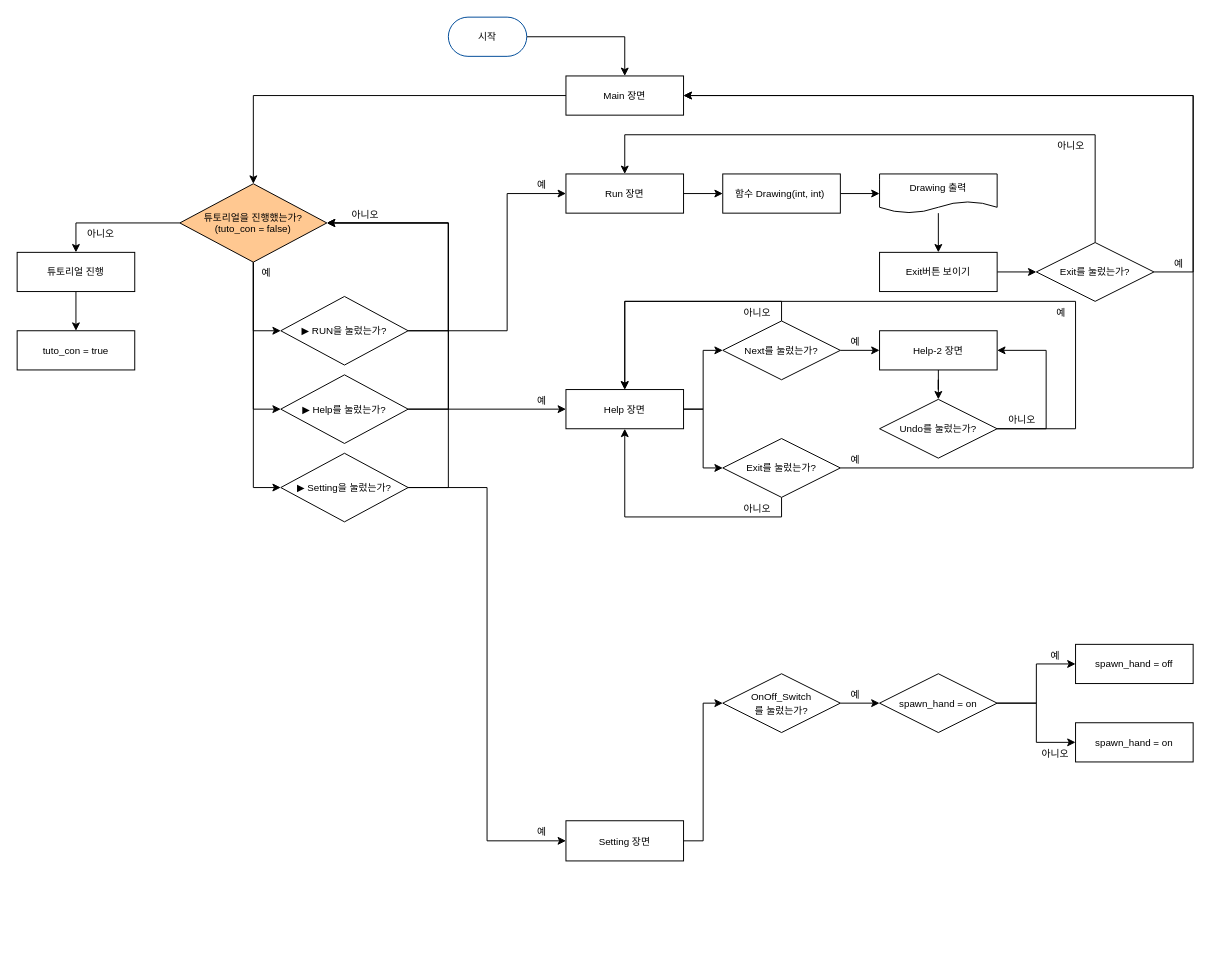
This is AngleFunction_Circle.drawio from Applepie072/Draw.io, a draw.io file, before an edit. Source tidied: cells renumbered, new cells numbered last; positions are measured from the earlier drawing's top-left corner, leaving out a move shared by most shapes. Both pictures are drawn from the tidied source at 98%, with x=0, y=0 at pixel (17, 17).
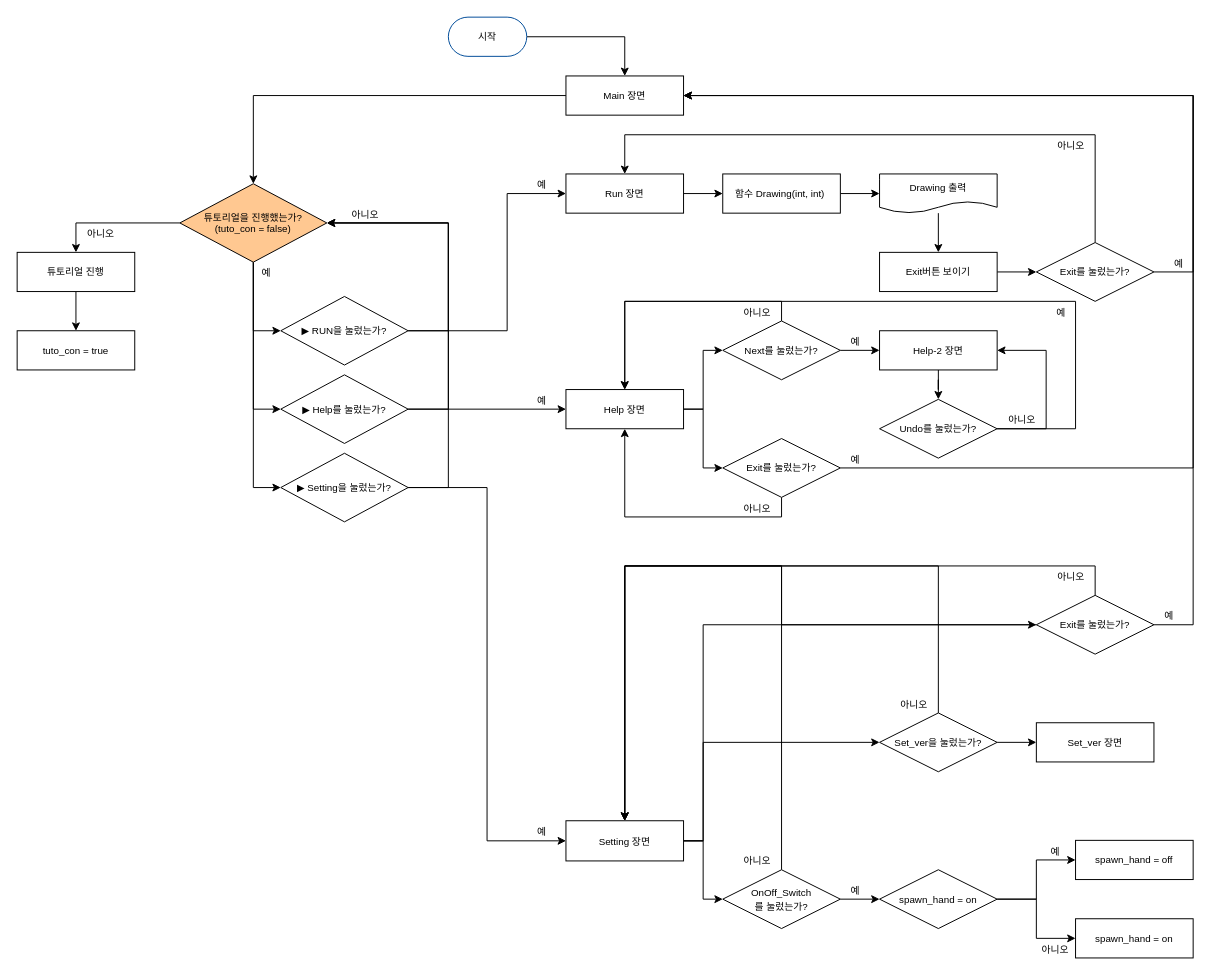
After the change.

The change refers to these unchanged cells:
```xml
<mxCell id="30" value="Setting 장면" style="whiteSpace=wrap;html=1;fontSize=10;" parent="1" vertex="1">
  <mxGeometry x="560" y="820" width="120" height="41" as="geometry" />
</mxCell>
<mxCell id="45" value="Main 장면" style="rounded=0;whiteSpace=wrap;html=1;fontSize=10;" parent="1" vertex="1">
  <mxGeometry x="560" y="60" width="120" height="40" as="geometry" />
</mxCell>
```

The edit, as a diff of the source:
```diff
@@
+    <mxCell id="74" style="edgeStyle=orthogonalEdgeStyle;rounded=0;jettySize=auto;html=1;entryX=0;entryY=0.5;entryDx=0;entryDy=0;fontSize=10;" parent="1" edge="1" source="30" target="80">
+      <mxGeometry relative="1" as="geometry">
+        <Array as="points">
+          <mxPoint x="700" y="841" />
+          <mxPoint x="700" y="620" />
+        </Array>
+      </mxGeometry>
+    </mxCell>
@@
+    <mxCell id="75" style="edgeStyle=orthogonalEdgeStyle;rounded=0;jettySize=auto;html=1;entryX=0;entryY=0.5;entryDx=0;entryDy=0;fontSize=10;" parent="1" edge="1" source="30" target="85">
+      <mxGeometry relative="1" as="geometry">
+        <Array as="points">
+          <mxPoint x="700" y="841" />
+          <mxPoint x="700" y="740" />
+        </Array>
+      </mxGeometry>
+    </mxCell>
@@
+    <mxCell id="76" style="edgeStyle=orthogonalEdgeStyle;rounded=0;jettySize=auto;html=1;entryX=0.5;entryY=0;entryDx=0;entryDy=0;fontSize=10;" parent="1" edge="1" source="65" target="30">
+      <mxGeometry relative="1" as="geometry">
+        <Array as="points">
+          <mxPoint x="780" y="560" />
+          <mxPoint x="620" y="560" />
+        </Array>
+      </mxGeometry>
+    </mxCell>
     <mxCell id="65" value="&lt;font style=&quot;font-size: 10px;&quot;&gt;OnOff_Switch&lt;br&gt;를 눌렀는가?&lt;/font&gt;" style="rhombus;whiteSpace=wrap;html=1;" parent="1" vertex="1">
-      <mxGeometry x="720" y="670" width="120" height="60" as="geometry" />
+      <mxGeometry x="720" y="870" width="120" height="60" as="geometry" />
     </mxCell>
@@
     <mxCell id="68" value="&lt;span style=&quot;font-size: 10px;&quot;&gt;spawn_hand = on&lt;/span&gt;" style="rhombus;whiteSpace=wrap;html=1;" parent="1" vertex="1">
-      <mxGeometry x="880" y="670" width="120" height="60" as="geometry" />
+      <mxGeometry x="880" y="870" width="120" height="60" as="geometry" />
     </mxCell>
     <mxCell id="69" value="&lt;font style=&quot;font-size: 10px;&quot;&gt;spawn_hand = off&lt;/font&gt;" style="whiteSpace=wrap;html=1;" parent="1" vertex="1">
-      <mxGeometry x="1080" y="640" width="120" height="40" as="geometry" />
+      <mxGeometry x="1080" y="840" width="120" height="40" as="geometry" />
     </mxCell>
     <mxCell id="70" value="&lt;font style=&quot;font-size: 10px;&quot;&gt;spawn_hand = on&lt;/font&gt;" style="whiteSpace=wrap;html=1;" parent="1" vertex="1">
-      <mxGeometry x="1080" y="720" width="120" height="40" as="geometry" />
+      <mxGeometry x="1080" y="920" width="120" height="40" as="geometry" />
     </mxCell>
     <mxCell id="71" value="예" style="text;html=1;align=center;verticalAlign=middle;strokeColor=none;fillColor=none;fontSize=10;fontFamily=Tahoma;" parent="1" vertex="1">
-      <mxGeometry x="1044" y="640" width="30" height="20" as="geometry" />
+      <mxGeometry x="1044" y="840" width="30" height="20" as="geometry" />
     </mxCell>
     <mxCell id="72" value="아니오" style="text;html=1;align=center;verticalAlign=middle;strokeColor=none;fillColor=none;fontSize=10;fontFamily=Tahoma;" parent="1" vertex="1">
-      <mxGeometry x="1034" y="740" width="50" height="20" as="geometry" />
+      <mxGeometry x="1034" y="940" width="50" height="20" as="geometry" />
     </mxCell>
     <mxCell id="73" value="예" style="text;html=1;align=center;verticalAlign=middle;strokeColor=none;fillColor=none;fontSize=10;fontFamily=Tahoma;" parent="1" vertex="1">
-      <mxGeometry x="840" y="680" width="30" height="20" as="geometry" />
+      <mxGeometry x="840" y="880" width="30" height="20" as="geometry" />
     </mxCell>
+    <mxCell id="77" style="edgeStyle=orthogonalEdgeStyle;rounded=0;jettySize=auto;html=1;entryX=0.5;entryY=0;entryDx=0;entryDy=0;fontSize=10;" parent="1" edge="1" source="80" target="30">
+      <mxGeometry relative="1" as="geometry">
+        <Array as="points">
+          <mxPoint x="780" y="560" />
+          <mxPoint x="620" y="560" />
+        </Array>
+      </mxGeometry>
+    </mxCell>
+    <mxCell id="78" style="edgeStyle=orthogonalEdgeStyle;rounded=0;jettySize=auto;html=1;entryX=1;entryY=0.5;entryDx=0;entryDy=0;fontSize=10;" parent="1" edge="1" source="80" target="45">
+      <mxGeometry relative="1" as="geometry">
+        <Array as="points">
+          <mxPoint x="1200" y="620" />
+          <mxPoint x="1200" y="80" />
+        </Array>
+      </mxGeometry>
+    </mxCell>
+    <mxCell id="79" style="edgeStyle=orthogonalEdgeStyle;rounded=0;jettySize=auto;html=1;entryX=0.5;entryY=0;entryDx=0;entryDy=0;fontSize=10;" parent="1" edge="1" source="80" target="30">
+      <mxGeometry relative="1" as="geometry">
+        <Array as="points">
+          <mxPoint x="1100" y="560" />
+          <mxPoint x="620" y="560" />
+        </Array>
+      </mxGeometry>
+    </mxCell>
+    <mxCell id="80" value="&lt;font style=&quot;font-size: 10px;&quot;&gt;Exit를 눌렀는가?&lt;/font&gt;" style="rhombus;whiteSpace=wrap;html=1;" parent="1" vertex="1">
+      <mxGeometry x="1040" y="590" width="120" height="60" as="geometry" />
+    </mxCell>
+    <mxCell id="81" value="예" style="text;html=1;align=center;verticalAlign=middle;strokeColor=none;fillColor=none;fontSize=10;fontFamily=Tahoma;" parent="1" vertex="1">
+      <mxGeometry x="1160" y="600" width="30" height="20" as="geometry" />
+    </mxCell>
+    <mxCell id="82" value="아니오" style="text;html=1;align=center;verticalAlign=middle;strokeColor=none;fillColor=none;fontSize=10;fontFamily=Tahoma;" parent="1" vertex="1">
+      <mxGeometry x="730" y="850" width="50" height="20" as="geometry" />
+    </mxCell>
+    <mxCell id="83" style="edgeStyle=orthogonalEdgeStyle;rounded=0;jettySize=auto;html=1;entryX=0.5;entryY=0;entryDx=0;entryDy=0;fontSize=10;" parent="1" edge="1" source="85" target="30">
+      <mxGeometry relative="1" as="geometry">
+        <Array as="points">
+          <mxPoint x="940" y="560" />
+          <mxPoint x="620" y="560" />
+        </Array>
+      </mxGeometry>
+    </mxCell>
+    <mxCell id="84" style="edgeStyle=orthogonalEdgeStyle;rounded=0;jettySize=auto;html=1;entryX=0;entryY=0.5;entryDx=0;entryDy=0;fontSize=10;" parent="1" edge="1" source="85" target="87">
+      <mxGeometry relative="1" as="geometry" />
+    </mxCell>
+    <mxCell id="85" value="&lt;font style=&quot;font-size: 10px;&quot;&gt;Set_ver을 눌렀는가?&lt;/font&gt;" style="rhombus;whiteSpace=wrap;html=1;" parent="1" vertex="1">
+      <mxGeometry x="880" y="710" width="120" height="60" as="geometry" />
+    </mxCell>
+    <mxCell id="86" value="아니오" style="text;html=1;align=center;verticalAlign=middle;strokeColor=none;fillColor=none;fontSize=10;fontFamily=Tahoma;" parent="1" vertex="1">
+      <mxGeometry x="1050" y="560" width="50" height="20" as="geometry" />
+    </mxCell>
+    <mxCell id="87" value="&lt;font style=&quot;font-size: 10px;&quot;&gt;Set_ver 장면&lt;/font&gt;" style="whiteSpace=wrap;html=1;" parent="1" vertex="1">
+      <mxGeometry x="1040" y="720" width="120" height="40" as="geometry" />
+    </mxCell>
+    <mxCell id="88" value="아니오" style="text;html=1;align=center;verticalAlign=middle;strokeColor=none;fillColor=none;fontSize=10;fontFamily=Tahoma;" parent="1" vertex="1">
+      <mxGeometry x="890" y="690" width="50" height="20" as="geometry" />
+    </mxCell>
```
